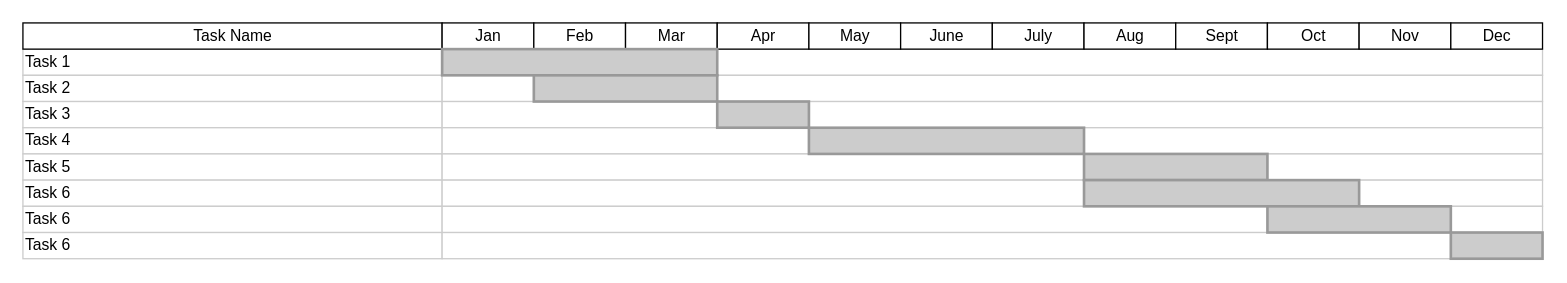
Before: Untitled Diagram.drawio in onlyonedaniel/wiki, a draw.io diagram. Source tidied: cells renumbered, new cells numbered last; positions are measured from the earlier drawing's top-left corner, leaving out a move shared by most shapes. Both pictures are drawn from the tidied source at 131%, with x=0, y=0 at pixel (22, 22).
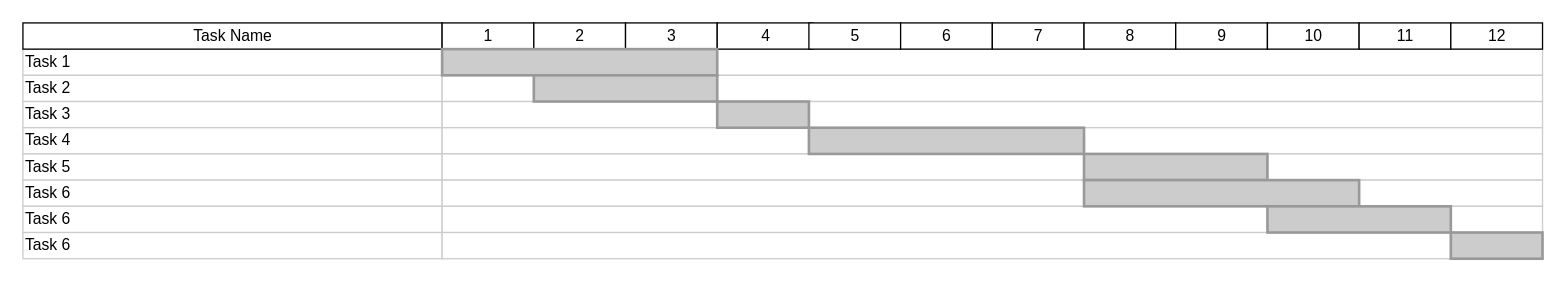
Above is the later version.

What changed in the source:
```diff
@@
-    <mxCell id="12" value="Jan" style="strokeWidth=1;fontStyle=0;html=1;" parent="1" vertex="1">
+    <mxCell id="12" value="1" style="strokeWidth=1;fontStyle=0;html=1;" parent="1" vertex="1">
       <mxGeometry x="320" width="70" height="20" as="geometry" />
     </mxCell>
-    <mxCell id="13" value="Feb" style="strokeWidth=1;fontStyle=0;html=1;" parent="1" vertex="1">
+    <mxCell id="13" value="2" style="strokeWidth=1;fontStyle=0;html=1;" parent="1" vertex="1">
       <mxGeometry x="390" width="70" height="20" as="geometry" />
     </mxCell>
-    <mxCell id="14" value="Mar" style="strokeWidth=1;fontStyle=0;html=1;" parent="1" vertex="1">
+    <mxCell id="14" value="3" style="strokeWidth=1;fontStyle=0;html=1;" parent="1" vertex="1">
       <mxGeometry x="460" width="70" height="20" as="geometry" />
     </mxCell>
-    <mxCell id="15" value="Apr" style="strokeWidth=1;fontStyle=0;html=1;" parent="1" vertex="1">
-      <mxGeometry x="530" width="70" height="20" as="geometry" />
+    <mxCell id="15" value="4" style="strokeWidth=1;fontStyle=0;html=1;" parent="1" vertex="1">
+      <mxGeometry x="530" width="73" height="20" as="geometry" />
     </mxCell>
-    <mxCell id="16" value="May" style="strokeWidth=1;fontStyle=0;html=1;" parent="1" vertex="1">
+    <mxCell id="16" value="5" style="strokeWidth=1;fontStyle=0;html=1;" parent="1" vertex="1">
       <mxGeometry x="600" width="70" height="20" as="geometry" />
     </mxCell>
-    <mxCell id="17" value="June" style="strokeWidth=1;fontStyle=0;html=1;" parent="1" vertex="1">
+    <mxCell id="17" value="6" style="strokeWidth=1;fontStyle=0;html=1;" parent="1" vertex="1">
       <mxGeometry x="670" width="70" height="20" as="geometry" />
     </mxCell>
-    <mxCell id="18" value="July" style="strokeWidth=1;fontStyle=0;html=1;" parent="1" vertex="1">
+    <mxCell id="18" value="7" style="strokeWidth=1;fontStyle=0;html=1;" parent="1" vertex="1">
       <mxGeometry x="740" width="70" height="20" as="geometry" />
     </mxCell>
-    <mxCell id="19" value="Aug" style="strokeWidth=1;fontStyle=0;html=1;" parent="1" vertex="1">
+    <mxCell id="19" value="8" style="strokeWidth=1;fontStyle=0;html=1;" parent="1" vertex="1">
       <mxGeometry x="810" width="70" height="20" as="geometry" />
     </mxCell>
-    <mxCell id="20" value="Sept" style="strokeWidth=1;fontStyle=0;html=1;" parent="1" vertex="1">
+    <mxCell id="20" value="9" style="strokeWidth=1;fontStyle=0;html=1;" parent="1" vertex="1">
       <mxGeometry x="880" width="70" height="20" as="geometry" />
     </mxCell>
-    <mxCell id="21" value="Oct" style="strokeWidth=1;fontStyle=0;html=1;" parent="1" vertex="1">
+    <mxCell id="21" value="10" style="strokeWidth=1;fontStyle=0;html=1;" parent="1" vertex="1">
       <mxGeometry x="950" width="70" height="20" as="geometry" />
     </mxCell>
-    <mxCell id="22" value="Nov" style="strokeWidth=1;fontStyle=0;html=1;" parent="1" vertex="1">
+    <mxCell id="22" value="11" style="strokeWidth=1;fontStyle=0;html=1;" parent="1" vertex="1">
       <mxGeometry x="1020" width="70" height="20" as="geometry" />
     </mxCell>
-    <mxCell id="23" value="Dec" style="strokeWidth=1;fontStyle=0;html=1;" parent="1" vertex="1">
+    <mxCell id="23" value="12" style="strokeWidth=1;fontStyle=0;html=1;" parent="1" vertex="1">
       <mxGeometry x="1090" width="70" height="20" as="geometry" />
     </mxCell>
```
